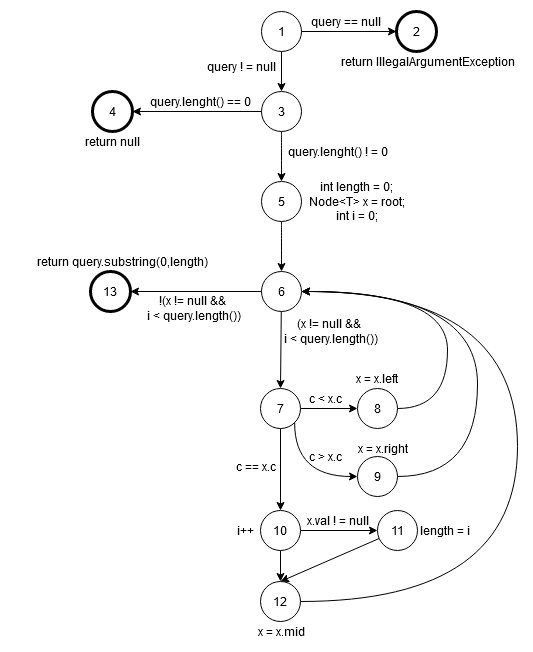
The draw.io diagram report/longestPrefixOf.png in pedrocarrega/VVS, before a commit. Source tidied: cells renumbered, new cells last; positions are measured from the earlier drawing's top-left corner, leaving out a move shared by most shapes. Its diagram source:
```xml
<mxGraphModel>
  <root>
    <mxCell id="0" />
    <mxCell id="1" parent="0" />
    <mxCell id="2" value="1" style="ellipse;whiteSpace=wrap;html=1;" parent="1" vertex="1">
      <mxGeometry x="251" width="40" height="40" as="geometry" />
    </mxCell>
    <mxCell id="3" value="3" style="ellipse;whiteSpace=wrap;html=1;" parent="1" vertex="1">
      <mxGeometry x="251" y="80" width="40" height="40" as="geometry" />
    </mxCell>
    <mxCell id="4" value="6" style="ellipse;whiteSpace=wrap;html=1;" parent="1" vertex="1">
      <mxGeometry x="251" y="260" width="40" height="40" as="geometry" />
    </mxCell>
    <mxCell id="5" style="edgeStyle=none;rounded=0;jettySize=auto;html=1;entryX=0;entryY=0.5;entryDx=0;entryDy=0;" parent="1" edge="1" source="7" target="9">
      <mxGeometry relative="1" as="geometry" />
    </mxCell>
    <mxCell id="6" style="edgeStyle=orthogonalEdgeStyle;rounded=0;jettySize=auto;html=1;exitX=0.5;exitY=1;exitDx=0;exitDy=0;entryX=0.5;entryY=0;entryDx=0;entryDy=0;" parent="1" edge="1" source="7" target="15">
      <mxGeometry relative="1" as="geometry" />
    </mxCell>
    <mxCell id="7" value="7" style="ellipse;whiteSpace=wrap;html=1;" parent="1" vertex="1">
      <mxGeometry x="250" y="377" width="40" height="40" as="geometry" />
    </mxCell>
    <mxCell id="8" style="edgeStyle=orthogonalEdgeStyle;curved=1;rounded=0;jettySize=auto;html=1;entryX=1;entryY=0.5;entryDx=0;entryDy=0;exitX=1;exitY=0.5;exitDx=0;exitDy=0;" parent="1" edge="1" source="9" target="4">
      <mxGeometry relative="1" as="geometry">
        <Array as="points">
          <mxPoint x="437" y="397" />
          <mxPoint x="437" y="280" />
        </Array>
      </mxGeometry>
    </mxCell>
    <mxCell id="9" value="8" style="ellipse;whiteSpace=wrap;html=1;" parent="1" vertex="1">
      <mxGeometry x="347" y="377" width="40" height="40" as="geometry" />
    </mxCell>
    <mxCell id="10" style="edgeStyle=orthogonalEdgeStyle;curved=1;rounded=0;jettySize=auto;html=1;entryX=0;entryY=0.5;entryDx=0;entryDy=0;exitX=1;exitY=1;exitDx=0;exitDy=0;" parent="1" edge="1" source="7" target="12">
      <mxGeometry relative="1" as="geometry">
        <Array as="points">
          <mxPoint x="284" y="465" />
        </Array>
      </mxGeometry>
    </mxCell>
    <mxCell id="11" style="edgeStyle=orthogonalEdgeStyle;curved=1;rounded=0;jettySize=auto;html=1;entryX=1;entryY=0.5;entryDx=0;entryDy=0;exitX=1;exitY=0.5;exitDx=0;exitDy=0;" parent="1" edge="1" source="12" target="4">
      <mxGeometry relative="1" as="geometry">
        <Array as="points">
          <mxPoint x="467" y="465" />
          <mxPoint x="467" y="280" />
        </Array>
      </mxGeometry>
    </mxCell>
    <mxCell id="12" value="9" style="ellipse;whiteSpace=wrap;html=1;" parent="1" vertex="1">
      <mxGeometry x="347" y="445" width="40" height="40" as="geometry" />
    </mxCell>
    <mxCell id="13" style="rounded=0;jettySize=auto;html=1;entryX=0.5;entryY=0;entryDx=0;entryDy=0;" parent="1" edge="1" source="15" target="19">
      <mxGeometry relative="1" as="geometry" />
    </mxCell>
    <mxCell id="14" style="edgeStyle=none;rounded=0;jettySize=auto;html=1;entryX=0;entryY=0.5;entryDx=0;entryDy=0;" parent="1" edge="1" source="15" target="17">
      <mxGeometry relative="1" as="geometry" />
    </mxCell>
    <mxCell id="15" value="10&lt;br&gt;" style="ellipse;whiteSpace=wrap;html=1;" parent="1" vertex="1">
      <mxGeometry x="250" y="499" width="40" height="40" as="geometry" />
    </mxCell>
    <mxCell id="16" style="edgeStyle=none;rounded=0;jettySize=auto;html=1;entryX=0.5;entryY=0;entryDx=0;entryDy=0;" parent="1" edge="1" source="17" target="19">
      <mxGeometry relative="1" as="geometry" />
    </mxCell>
    <mxCell id="17" value="11" style="ellipse;whiteSpace=wrap;html=1;" parent="1" vertex="1">
      <mxGeometry x="367" y="499" width="40" height="40" as="geometry" />
    </mxCell>
    <mxCell id="18" style="edgeStyle=orthogonalEdgeStyle;curved=1;rounded=0;jettySize=auto;html=1;entryX=1;entryY=0.5;entryDx=0;entryDy=0;exitX=1;exitY=0.5;exitDx=0;exitDy=0;" parent="1" edge="1" source="19" target="4">
      <mxGeometry relative="1" as="geometry">
        <Array as="points">
          <mxPoint x="507" y="590" />
          <mxPoint x="507" y="280" />
        </Array>
      </mxGeometry>
    </mxCell>
    <mxCell id="19" value="12" style="ellipse;whiteSpace=wrap;html=1;" parent="1" vertex="1">
      <mxGeometry x="250" y="570" width="40" height="40" as="geometry" />
    </mxCell>
    <mxCell id="20" value="5" style="ellipse;whiteSpace=wrap;html=1;" parent="1" vertex="1">
      <mxGeometry x="251" y="170" width="40" height="40" as="geometry" />
    </mxCell>
    <mxCell id="21" value="c &amp;lt; x.c" style="text;html=1;align=center;verticalAlign=middle;" parent="1" vertex="1">
      <mxGeometry x="290" y="377" width="50" height="20" as="geometry" />
    </mxCell>
    <mxCell id="22" value="c &amp;gt; x.c" style="text;html=1;align=center;verticalAlign=middle;" parent="1" vertex="1">
      <mxGeometry x="290" y="435" width="50" height="20" as="geometry" />
    </mxCell>
    <mxCell id="23" value="x.val ! = null" style="text;html=1;align=center;verticalAlign=middle;" parent="1" vertex="1">
      <mxGeometry x="287" y="499" width="80" height="20" as="geometry" />
    </mxCell>
    <mxCell id="24" value="length = i" style="text;html=1;align=center;verticalAlign=middle;" parent="1" vertex="1">
      <mxGeometry x="399" y="509" width="70" height="20" as="geometry" />
    </mxCell>
    <mxCell id="25" value="x = x.mid" style="text;html=1;align=center;verticalAlign=middle;" parent="1" vertex="1">
      <mxGeometry x="241" y="610" width="60" height="20" as="geometry" />
    </mxCell>
    <mxCell id="26" value="i++" style="text;html=1;align=center;verticalAlign=middle;" parent="1" vertex="1">
      <mxGeometry x="220" y="509" width="30" height="20" as="geometry" />
    </mxCell>
    <mxCell id="27" value="x = x.right" style="text;html=1;align=center;verticalAlign=middle;" parent="1" vertex="1">
      <mxGeometry x="337" y="427" width="70" height="20" as="geometry" />
    </mxCell>
    <mxCell id="28" value="c == x.c" style="text;html=1;align=center;verticalAlign=middle;" parent="1" vertex="1">
      <mxGeometry x="215" y="445" width="60" height="20" as="geometry" />
    </mxCell>
    <mxCell id="29" style="group;" parent="1" vertex="1">
      <mxGeometry x="191" y="45" width="80" height="20" as="geometry" />
    </mxCell>
    <mxCell id="30" style="edgeStyle=none;rounded=0;jettySize=auto;html=1;exitX=0.5;exitY=1;exitDx=0;exitDy=0;entryX=0.5;entryY=0;entryDx=0;entryDy=0;" parent="29" edge="1" source="2" target="3">
      <mxGeometry relative="1" as="geometry" />
    </mxCell>
    <mxCell id="31" value="query ! = null" style="text;html=1;align=center;verticalAlign=middle;" parent="29" vertex="1">
      <mxGeometry width="80" height="20" as="geometry" />
    </mxCell>
    <mxCell id="32" style="group;" parent="1" vertex="1">
      <mxGeometry x="67" y="80" width="70" height="60" as="geometry" />
    </mxCell>
    <mxCell id="33" value="4" style="ellipse;whiteSpace=wrap;html=1;strokeWidth=3;" parent="32" vertex="1">
      <mxGeometry x="15" width="40" height="40" as="geometry" />
    </mxCell>
    <mxCell id="34" value="return null" style="text;html=1;align=center;verticalAlign=middle;" parent="32" vertex="1">
      <mxGeometry y="40" width="70" height="20" as="geometry" />
    </mxCell>
    <mxCell id="35" style="edgeStyle=none;rounded=0;jettySize=auto;html=1;exitX=0;exitY=0.5;exitDx=0;exitDy=0;entryX=1;entryY=0.5;entryDx=0;entryDy=0;" parent="1" edge="1" source="3" target="33">
      <mxGeometry relative="1" as="geometry" />
    </mxCell>
    <mxCell id="36" value="query == null" style="text;html=1;align=center;verticalAlign=middle;rotation=0;" parent="1" vertex="1">
      <mxGeometry x="290" width="90" height="20" as="geometry" />
    </mxCell>
    <mxCell id="37" style="rounded=0;jettySize=auto;html=1;exitX=1;exitY=0.5;exitDx=0;exitDy=0;entryX=0;entryY=0.5;entryDx=0;entryDy=0;" parent="1" edge="1" source="2" target="40">
      <mxGeometry relative="1" as="geometry" />
    </mxCell>
    <mxCell id="38" style="group;" parent="1" vertex="1">
      <mxGeometry x="337.3" y="16.2" width="174.7" height="49.6" as="geometry" />
    </mxCell>
    <mxCell id="39" style="group;" parent="38" vertex="1">
      <mxGeometry width="174.7" height="49.6" as="geometry" />
    </mxCell>
    <mxCell id="40" value="2" style="ellipse;whiteSpace=wrap;html=1;strokeWidth=3;" parent="39" vertex="1">
      <mxGeometry x="48.7" y="-16.2" width="40" height="40" as="geometry" />
    </mxCell>
    <mxCell id="41" value="return IllegalArgumentException" style="text;html=1;align=center;verticalAlign=middle;" parent="39" vertex="1">
      <mxGeometry x="-15.3" y="23.8" width="190" height="20" as="geometry" />
    </mxCell>
    <mxCell id="42" style="group;" parent="1" vertex="1">
      <mxGeometry x="267" y="130" width="120" height="20" as="geometry" />
    </mxCell>
    <mxCell id="43" style="edgeStyle=orthogonalEdgeStyle;curved=1;rounded=0;jettySize=auto;html=1;entryX=0.5;entryY=0;entryDx=0;entryDy=0;exitX=0.5;exitY=1;exitDx=0;exitDy=0;" parent="42" edge="1" source="3" target="20">
      <mxGeometry relative="1" as="geometry" />
    </mxCell>
    <mxCell id="44" value="query.lenght() ! = 0" style="text;html=1;align=center;verticalAlign=middle;" parent="42" vertex="1">
      <mxGeometry width="120" height="20" as="geometry" />
    </mxCell>
    <mxCell id="45" style="group;" parent="1" vertex="1">
      <mxGeometry x="291" y="165" width="110" height="50" as="geometry" />
    </mxCell>
    <mxCell id="46" style="edgeStyle=orthogonalEdgeStyle;curved=1;rounded=0;jettySize=auto;html=1;entryX=0.5;entryY=0;entryDx=0;entryDy=0;" parent="45" edge="1" source="20" target="4">
      <mxGeometry relative="1" as="geometry" />
    </mxCell>
    <mxCell id="47" value="int length = 0;&lt;br&gt;Node&amp;lt;T&amp;gt; x = root;&lt;br&gt;int i = 0;" style="text;html=1;align=center;verticalAlign=middle;" parent="45" vertex="1">
      <mxGeometry width="110" height="50" as="geometry" />
    </mxCell>
    <mxCell id="48" style="group;" parent="1" vertex="1">
      <mxGeometry x="127" y="282" width="110" height="30" as="geometry" />
    </mxCell>
    <mxCell id="49" value="!(x != null &amp;amp;&amp;amp;&lt;br&gt;&amp;nbsp;i &amp;lt; query.length())" style="text;html=1;align=center;verticalAlign=middle;" parent="48" vertex="1">
      <mxGeometry width="110" height="30" as="geometry" />
    </mxCell>
    <mxCell id="50" style="edgeStyle=none;rounded=0;jettySize=auto;html=1;entryX=1;entryY=0.5;entryDx=0;entryDy=0;" parent="1" edge="1" source="4" target="57">
      <mxGeometry relative="1" as="geometry" />
    </mxCell>
    <mxCell id="51" style="edgeStyle=none;rounded=0;jettySize=auto;html=1;entryX=0.5;entryY=0;entryDx=0;entryDy=0;" parent="1" edge="1" source="4" target="7">
      <mxGeometry relative="1" as="geometry" />
    </mxCell>
    <mxCell id="52" value="&lt;span style=&quot;font-family: &amp;#34;helvetica&amp;#34; ; font-size: 12px ; font-style: normal ; font-weight: 400 ; letter-spacing: normal ; text-align: center ; text-indent: 0px ; text-transform: none ; word-spacing: 0px ; float: none ; display: inline&quot;&gt;(x != null &amp;amp;&amp;amp;&lt;/span&gt;&lt;br style=&quot;font-family: &amp;#34;helvetica&amp;#34; ; font-size: 12px ; font-style: normal ; font-weight: 400 ; letter-spacing: normal ; text-align: center ; text-indent: 0px ; text-transform: none ; word-spacing: 0px&quot;&gt;&lt;span style=&quot;font-family: &amp;#34;helvetica&amp;#34; ; font-size: 12px ; font-style: normal ; font-weight: 400 ; letter-spacing: normal ; text-align: center ; text-indent: 0px ; text-transform: none ; word-spacing: 0px ; float: none ; display: inline&quot;&gt;&amp;nbsp;i &amp;lt; query.length())&lt;/span&gt;" style="text;html=1;strokeColor=none;fillColor=none;align=center;verticalAlign=middle;whiteSpace=wrap;rounded=0;rotation=0;" parent="1" vertex="1">
      <mxGeometry x="259" y="305" width="120" height="30" as="geometry" />
    </mxCell>
    <mxCell id="53" value="query.lenght() == 0" style="text;html=1;align=center;verticalAlign=middle;rotation=0;" parent="1" vertex="1">
      <mxGeometry x="130" y="80" width="120" height="20" as="geometry" />
    </mxCell>
    <mxCell id="54" style="group;" parent="1" vertex="1">
      <mxGeometry y="260" width="130" height="40" as="geometry" />
    </mxCell>
    <mxCell id="55" style="group;" parent="54" vertex="1">
      <mxGeometry width="130" height="40" as="geometry" />
    </mxCell>
    <mxCell id="56" style="group;" parent="55" vertex="1">
      <mxGeometry width="130" height="40" as="geometry" />
    </mxCell>
    <mxCell id="57" value="13" style="ellipse;whiteSpace=wrap;html=1;strokeWidth=3;" parent="56" vertex="1">
      <mxGeometry x="80" width="40" height="40" as="geometry" />
    </mxCell>
    <mxCell id="58" value="return query.substring(0,length)" style="text;html=1;strokeColor=none;fillColor=none;align=center;verticalAlign=middle;whiteSpace=wrap;rounded=0;" parent="1" vertex="1">
      <mxGeometry x="17" y="240" width="190" height="20" as="geometry" />
    </mxCell>
    <mxCell id="59" value="x = x.left" style="text;html=1;strokeColor=none;fillColor=none;align=center;verticalAlign=middle;whiteSpace=wrap;rounded=0;" parent="1" vertex="1">
      <mxGeometry x="327" y="357" width="80" height="20" as="geometry" />
    </mxCell>
  </root>
</mxGraphModel>
```
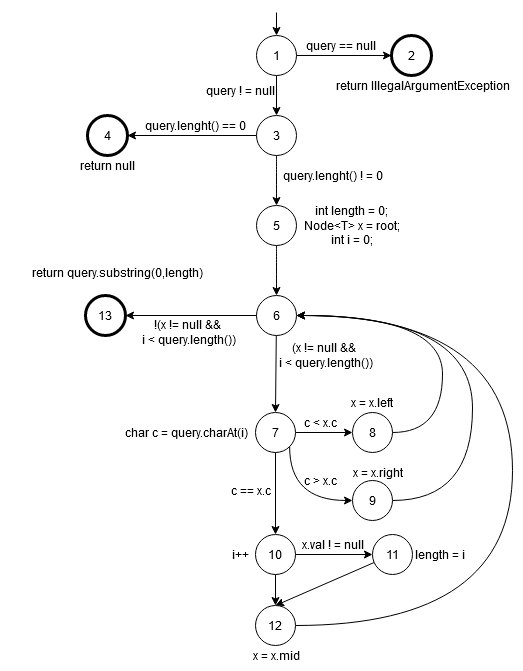
The same diagram one commit later.

Commit message:
indicar o nó de entrada e outra gralha

Change to the diagram source:
```diff
@@ -2,6 +2,11 @@
   <root>
     <mxCell id="0" />
     <mxCell id="1" parent="0" />
+    <mxCell id="60" style="edgeStyle=orthogonalEdgeStyle;rounded=0;jettySize=auto;html=1;exitX=0.5;exitY=0;exitDx=0;exitDy=0;startArrow=classic;startFill=1;endArrow=none;endFill=0;" parent="1" edge="1" source="2">
+      <mxGeometry relative="1" as="geometry">
+        <mxPoint x="271" y="-23" as="targetPoint" />
+      </mxGeometry>
+    </mxCell>
     <mxCell id="2" value="1" style="ellipse;whiteSpace=wrap;html=1;" parent="1" vertex="1">
       <mxGeometry x="251" width="40" height="40" as="geometry" />
     </mxCell>
@@ -103,7 +108,7 @@
       <mxGeometry x="215" y="445" width="60" height="20" as="geometry" />
     </mxCell>
     <mxCell id="29" style="group;" parent="1" vertex="1">
-      <mxGeometry x="191" y="45" width="80" height="20" as="geometry" />
+      <mxGeometry x="195" y="45" width="80" height="20" as="geometry" />
     </mxCell>
     <mxCell id="30" style="edgeStyle=none;rounded=0;jettySize=auto;html=1;exitX=0.5;exitY=1;exitDx=0;exitDy=0;entryX=0.5;entryY=0;entryDx=0;entryDy=0;" parent="29" edge="1" source="2" target="3">
       <mxGeometry relative="1" as="geometry" />
@@ -178,7 +183,7 @@
       <mxGeometry x="130" y="80" width="120" height="20" as="geometry" />
     </mxCell>
     <mxCell id="54" style="group;" parent="1" vertex="1">
-      <mxGeometry y="260" width="130" height="40" as="geometry" />
+      <mxGeometry y="247" width="130" height="40" as="geometry" />
     </mxCell>
     <mxCell id="55" style="group;" parent="54" vertex="1">
       <mxGeometry width="130" height="40" as="geometry" />
@@ -187,13 +192,16 @@
       <mxGeometry width="130" height="40" as="geometry" />
     </mxCell>
     <mxCell id="57" value="13" style="ellipse;whiteSpace=wrap;html=1;strokeWidth=3;" parent="56" vertex="1">
-      <mxGeometry x="80" width="40" height="40" as="geometry" />
+      <mxGeometry x="80" y="13" width="40" height="40" as="geometry" />
     </mxCell>
     <mxCell id="58" value="return query.substring(0,length)" style="text;html=1;strokeColor=none;fillColor=none;align=center;verticalAlign=middle;whiteSpace=wrap;rounded=0;" parent="1" vertex="1">
-      <mxGeometry x="17" y="240" width="190" height="20" as="geometry" />
+      <mxGeometry x="17" y="227" width="190" height="20" as="geometry" />
     </mxCell>
     <mxCell id="59" value="x = x.left" style="text;html=1;strokeColor=none;fillColor=none;align=center;verticalAlign=middle;whiteSpace=wrap;rounded=0;" parent="1" vertex="1">
       <mxGeometry x="327" y="357" width="80" height="20" as="geometry" />
     </mxCell>
+    <mxCell id="61" value="char c = query.charAt(i)" style="text;html=1;align=center;verticalAlign=middle;" parent="1" vertex="1">
+      <mxGeometry x="111" y="387" width="140" height="20" as="geometry" />
+    </mxCell>
   </root>
 </mxGraphModel>
```
